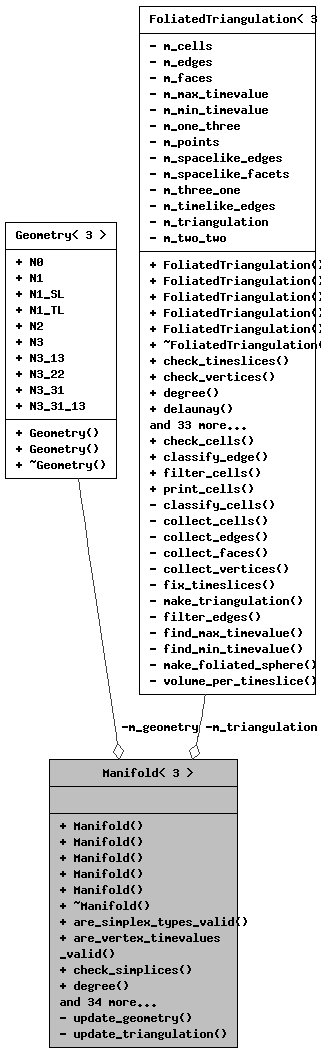
This is class_manifold_3_013_01_4__coll__graph.png from acgetchell/CDT-plusplus, a Graphviz export, as it was before one commit. Its source is kept beside it as class_manifold_3_013_01_4__coll__graph.dot.
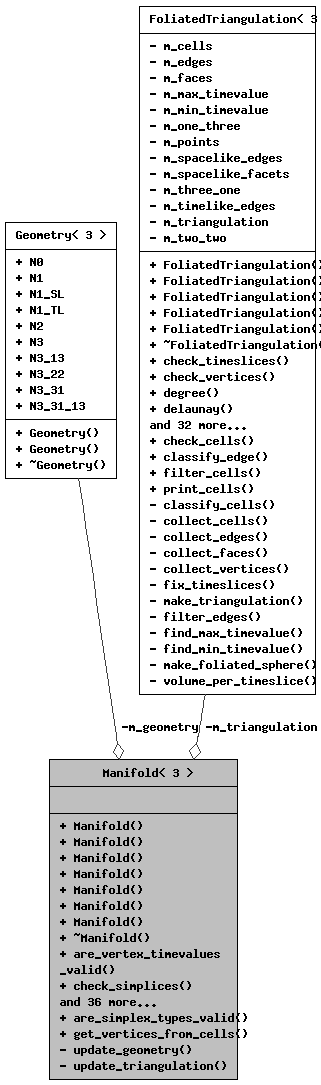
The same diagram one commit later.

Diff of the diagram source:
```diff
@@ -2,9 +2,9 @@
 {
   edge [fontname="Helvetica",fontsize="10",labelfontname="Helvetica",labelfontsize="10"];
   node [fontname="Helvetica",fontsize="10",shape=record];
-  Node1 [label="{Manifold\< 3 \>\n||+ Manifold()\l+ Manifold()\l+ Manifold()\l+ Manifold()\l+ Manifold()\l+ ~Manifold()\l+ are_simplex_types_valid()\l+ are_vertex_timevalues\l_valid()\l+ check_simplices()\l+ degree()\land 34 more...\l- update_geometry()\l- update_triangulation()\l}",height=0.2,width=0.4,color="black", fillcolor="grey75", style="filled", fontcolor="black",tooltip="3D Manifold"];
+  Node1 [label="{Manifold\< 3 \>\n||+ Manifold()\l+ Manifold()\l+ Manifold()\l+ Manifold()\l+ Manifold()\l+ Manifold()\l+ Manifold()\l+ ~Manifold()\l+ are_vertex_timevalues\l_valid()\l+ check_simplices()\land 36 more...\l+ are_simplex_types_valid()\l+ get_vertices_from_cells()\l- update_geometry()\l- update_triangulation()\l}",height=0.2,width=0.4,color="black", fillcolor="grey75", style="filled", fontcolor="black",tooltip="3D Manifold"];
   Node2 -> Node1 [color="grey25",fontsize="10",style="solid",label=" -m_geometry" ,arrowhead="odiamond",fontname="Helvetica"];
   Node2 [label="{Geometry\< 3 \>\n|+ N0\l+ N1\l+ N1_SL\l+ N1_TL\l+ N2\l+ N3\l+ N3_13\l+ N3_22\l+ N3_31\l+ N3_31_13\l|+ Geometry()\l+ Geometry()\l+ ~Geometry()\l}",height=0.2,width=0.4,color="black", fillcolor="white", style="filled",URL="$struct_geometry_3_013_01_4.html",tooltip="3D Geometry"];
   Node3 -> Node1 [color="grey25",fontsize="10",style="solid",label=" -m_triangulation" ,arrowhead="odiamond",fontname="Helvetica"];
-  Node3 [label="{FoliatedTriangulation\< 3 \>\n|- m_cells\l- m_edges\l- m_faces\l- m_max_timevalue\l- m_min_timevalue\l- m_one_three\l- m_points\l- m_spacelike_edges\l- m_spacelike_facets\l- m_three_one\l- m_timelike_edges\l- m_triangulation\l- m_two_two\l|+ FoliatedTriangulation()\l+ FoliatedTriangulation()\l+ FoliatedTriangulation()\l+ FoliatedTriangulation()\l+ FoliatedTriangulation()\l+ ~FoliatedTriangulation()\l+ check_timeslices()\l+ check_vertices()\l+ degree()\l+ delaunay()\land 33 more...\l+ check_cells()\l+ classify_edge()\l+ filter_cells()\l+ print_cells()\l- classify_cells()\l- collect_cells()\l- collect_edges()\l- collect_faces()\l- collect_vertices()\l- fix_timeslices()\l- make_triangulation()\l- filter_edges()\l- find_max_timevalue()\l- find_min_timevalue()\l- make_foliated_sphere()\l- volume_per_timeslice()\l}",height=0.2,width=0.4,color="black", fillcolor="white", style="filled",URL="$class_foliated_triangulation_3_013_01_4.html",tooltip="3D Triangulation"];
+  Node3 [label="{FoliatedTriangulation\< 3 \>\n|- m_cells\l- m_edges\l- m_faces\l- m_max_timevalue\l- m_min_timevalue\l- m_one_three\l- m_points\l- m_spacelike_edges\l- m_spacelike_facets\l- m_three_one\l- m_timelike_edges\l- m_triangulation\l- m_two_two\l|+ FoliatedTriangulation()\l+ FoliatedTriangulation()\l+ FoliatedTriangulation()\l+ FoliatedTriangulation()\l+ FoliatedTriangulation()\l+ ~FoliatedTriangulation()\l+ check_timeslices()\l+ check_vertices()\l+ degree()\l+ delaunay()\land 32 more...\l+ check_cells()\l+ classify_edge()\l+ filter_cells()\l+ print_cells()\l- classify_cells()\l- collect_cells()\l- collect_edges()\l- collect_faces()\l- collect_vertices()\l- fix_timeslices()\l- make_triangulation()\l- filter_edges()\l- find_max_timevalue()\l- find_min_timevalue()\l- make_foliated_sphere()\l- volume_per_timeslice()\l}",height=0.2,width=0.4,color="black", fillcolor="white", style="filled",URL="$class_foliated_triangulation_3_013_01_4.html",tooltip="3D Triangulation"];
 }
```
